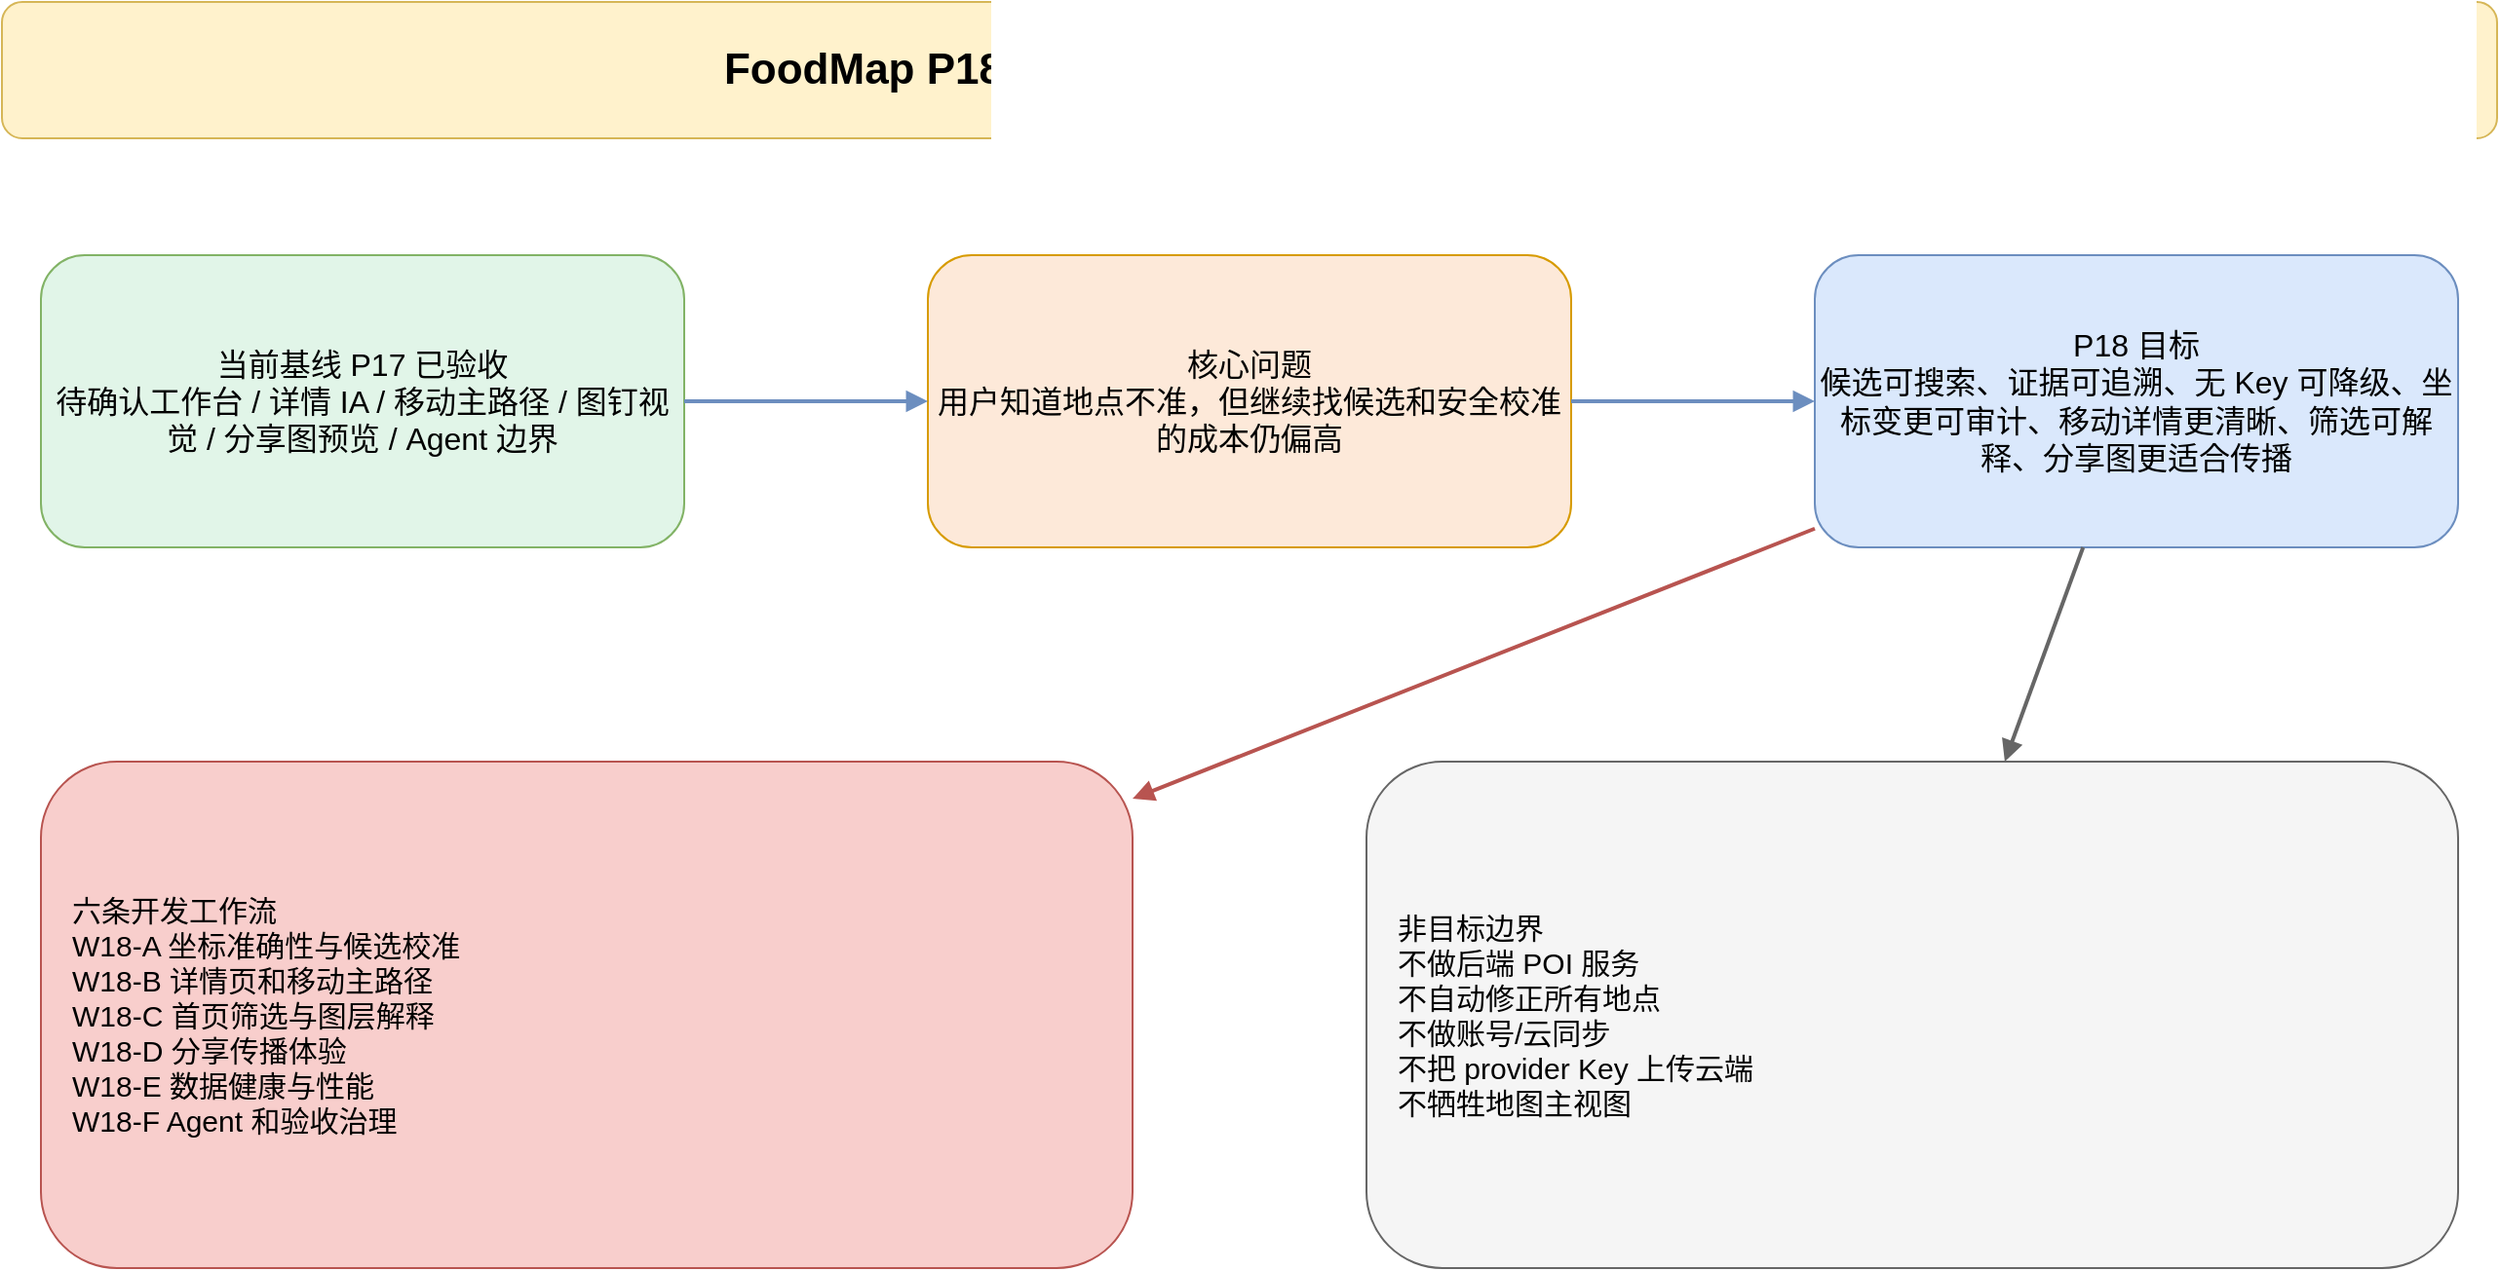
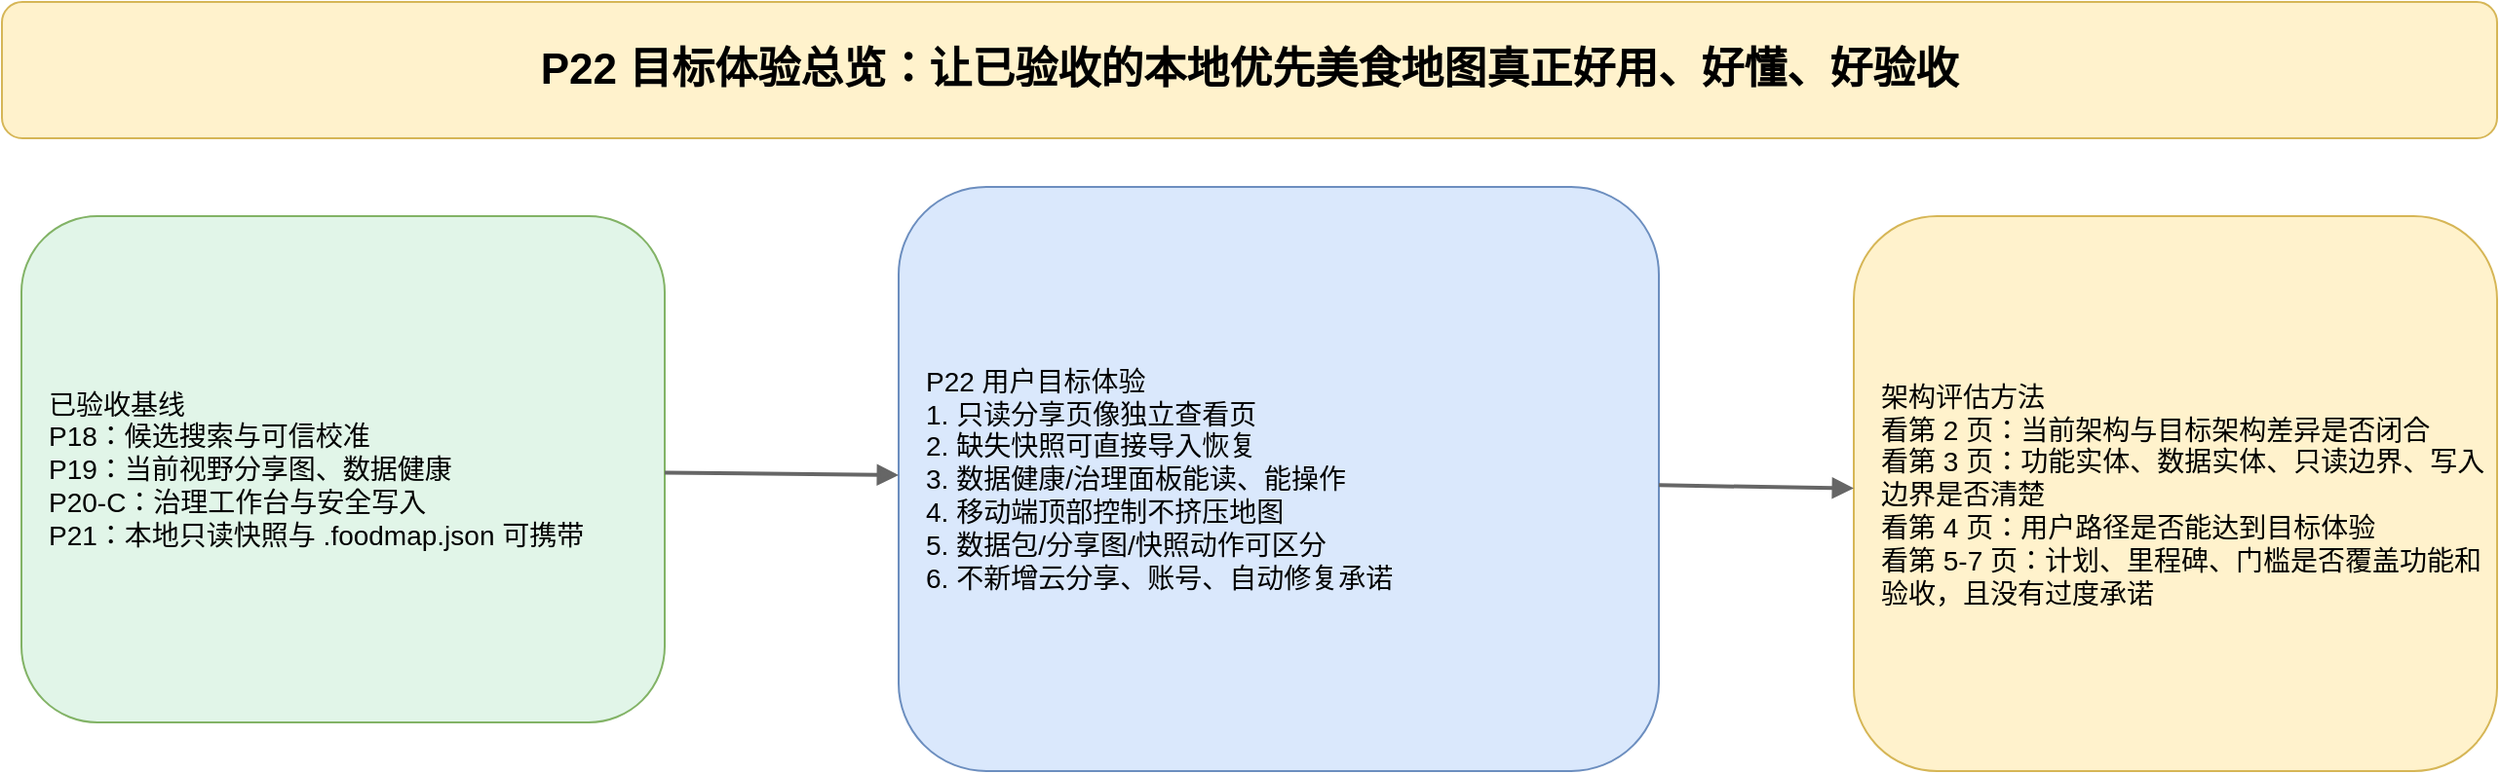
- <mxfile host="app.diagrams.net" modified="2026-06-17T00:00:00.000Z" agent="Codex" version="24.7.17" type="device">
-   <diagram id="p18-overview" name="01 P18 项目总览">
-     <mxGraphModel dx="1422" dy="794" grid="1" gridSize="10" guides="1" tooltips="1" connect="1" arrows="1" fold="1" page="1" pageScale="1" pageWidth="1400" pageHeight="900" math="0" shadow="0">
+ <mxfile host="app.diagrams.net" modified="2026-06-24T00:00:00.000Z" agent="Codex" version="24.7.17" type="device">
+   <diagram id="p22-01-overview" name="01 目标体验与评估方法">
+     <mxGraphModel dx="1400" dy="820" grid="1" gridSize="10" guides="1" tooltips="1" connect="1" arrows="1" fold="1" page="1" pageScale="1" pageWidth="1400" pageHeight="820" math="0" shadow="0">
      <root>
        <mxCell id="0" />
        <mxCell id="1" parent="0" />
-         <mxCell id="title1" value="FoodMap P18：候选搜索、可信校准与体验工作流编排" style="rounded=1;whiteSpace=wrap;html=1;fillColor=#fff2cc;strokeColor=#d6b656;fontSize=22;fontStyle=1;" vertex="1" parent="1"><mxGeometry x="60" y="40" width="1280" height="70" as="geometry" /></mxCell>
-         <mxCell id="baseline1" value="当前基线 P17 已验收&#xa;待确认工作台 / 详情 IA / 移动主路径 / 图钉视觉 / 分享图预览 / Agent 边界" style="rounded=1;whiteSpace=wrap;html=1;fillColor=#e1f5e8;strokeColor=#82b366;fontSize=16;" vertex="1" parent="1"><mxGeometry x="80" y="170" width="330" height="150" as="geometry" /></mxCell>
-         <mxCell id="problem1" value="核心问题&#xa;用户知道地点不准，但继续找候选和安全校准的成本仍偏高" style="rounded=1;whiteSpace=wrap;html=1;fillColor=#fde9d9;strokeColor=#d79b00;fontSize=16;" vertex="1" parent="1"><mxGeometry x="535" y="170" width="330" height="150" as="geometry" /></mxCell>
-         <mxCell id="target1" value="P18 目标&#xa;候选可搜索、证据可追溯、无 Key 可降级、坐标变更可审计、移动详情更清晰、筛选可解释、分享图更适合传播" style="rounded=1;whiteSpace=wrap;html=1;fillColor=#dae8fc;strokeColor=#6c8ebf;fontSize=16;" vertex="1" parent="1"><mxGeometry x="990" y="170" width="330" height="150" as="geometry" /></mxCell>
-         <mxCell id="scope1" value="六条开发工作流&#xa;W18-A 坐标准确性与候选校准&#xa;W18-B 详情页和移动主路径&#xa;W18-C 首页筛选与图层解释&#xa;W18-D 分享传播体验&#xa;W18-E 数据健康与性能&#xa;W18-F Agent 和验收治理" style="rounded=1;whiteSpace=wrap;html=1;fillColor=#f8cecc;strokeColor=#b85450;fontSize=15;align=left;spacingLeft=14;" vertex="1" parent="1"><mxGeometry x="80" y="430" width="560" height="260" as="geometry" /></mxCell>
-         <mxCell id="nongoal1" value="非目标边界&#xa;不做后端 POI 服务&#xa;不自动修正所有地点&#xa;不做账号/云同步&#xa;不把 provider Key 上传云端&#xa;不牺牲地图主视图" style="rounded=1;whiteSpace=wrap;html=1;fillColor=#f5f5f5;strokeColor=#666666;fontSize=15;align=left;spacingLeft=14;" vertex="1" parent="1"><mxGeometry x="760" y="430" width="560" height="260" as="geometry" /></mxCell>
-         <mxCell id="edge1a" style="endArrow=block;html=1;rounded=0;strokeWidth=2;strokeColor=#6c8ebf;" edge="1" parent="1" source="baseline1" target="problem1"><mxGeometry relative="1" as="geometry" /></mxCell>
-         <mxCell id="edge1b" style="endArrow=block;html=1;rounded=0;strokeWidth=2;strokeColor=#6c8ebf;" edge="1" parent="1" source="problem1" target="target1"><mxGeometry relative="1" as="geometry" /></mxCell>
-         <mxCell id="edge1c" style="endArrow=block;html=1;rounded=0;strokeWidth=2;strokeColor=#b85450;" edge="1" parent="1" source="target1" target="scope1"><mxGeometry relative="1" as="geometry"><mxPoint x="350" y="400" as="targetPoint" /></mxGeometry></mxCell>
-         <mxCell id="edge1d" style="endArrow=block;html=1;rounded=0;strokeWidth=2;strokeColor=#666666;" edge="1" parent="1" source="target1" target="nongoal1"><mxGeometry relative="1" as="geometry"><mxPoint x="1040" y="400" as="targetPoint" /></mxGeometry></mxCell>
+         <mxCell id="p1_title" value="P22 目标体验总览：让已验收的本地优先美食地图真正好用、好懂、好验收" style="rounded=1;whiteSpace=wrap;html=1;fillColor=#fff2cc;strokeColor=#d6b656;fontSize=22;fontStyle=1;align=center;verticalAlign=middle" vertex="1" parent="1"><mxGeometry x="60" y="35" width="1280" height="70" as="geometry" /></mxCell>
+         <mxCell id="p1_base" value="已验收基线&#xa;P18：候选搜索与可信校准&#xa;P19：当前视野分享图、数据健康&#xa;P20-C：治理工作台与安全写入&#xa;P21：本地只读快照与 .foodmap.json 可携带" style="rounded=1;whiteSpace=wrap;html=1;fontSize=14;align=left;spacingLeft=12;verticalAlign=middle;strokeColor=#82b366;fillColor=#e1f5e8" vertex="1" parent="1"><mxGeometry x="70" y="145" width="330" height="260" as="geometry" /></mxCell>
+         <mxCell id="p1_target" value="P22 用户目标体验&#xa;1. 只读分享页像独立查看页&#xa;2. 缺失快照可直接导入恢复&#xa;3. 数据健康/治理面板能读、能操作&#xa;4. 移动端顶部控制不挤压地图&#xa;5. 数据包/分享图/快照动作可区分&#xa;6. 不新增云分享、账号、自动修复承诺" style="rounded=1;whiteSpace=wrap;html=1;fontSize=14;align=left;spacingLeft=12;verticalAlign=middle;strokeColor=#6c8ebf;fillColor=#dae8fc" vertex="1" parent="1"><mxGeometry x="520" y="130" width="390" height="300" as="geometry" /></mxCell>
+         <mxCell id="p1_accept" value="架构评估方法&#xa;看第 2 页：当前架构与目标架构差异是否闭合&#xa;看第 3 页：功能实体、数据实体、只读边界、写入边界是否清楚&#xa;看第 4 页：用户路径是否能达到目标体验&#xa;看第 5-7 页：计划、里程碑、门槛是否覆盖功能和验收，且没有过度承诺" style="rounded=1;whiteSpace=wrap;html=1;fontSize=14;align=left;spacingLeft=12;verticalAlign=middle;strokeColor=#d6b656;fillColor=#fff2cc" vertex="1" parent="1"><mxGeometry x="1010" y="145" width="330" height="285" as="geometry" /></mxCell>
+         <mxCell id="p1_flow" value="" style="endArrow=block;html=1;strokeWidth=2;strokeColor=#666666" edge="1" parent="1" source="p1_base" target="p1_target"><mxGeometry relative="1" as="geometry" /></mxCell>
+         <mxCell id="p1_flow2" value="" style="endArrow=block;html=1;strokeWidth=2;strokeColor=#666666" edge="1" parent="1" source="p1_target" target="p1_accept"><mxGeometry relative="1" as="geometry" /></mxCell>
      </root>
    </mxGraphModel>
  </diagram>
-   <diagram id="p18-architecture-gap" name="02 当前架构与目标架构差异">
-     <mxGraphModel dx="1422" dy="794" grid="1" gridSize="10" guides="1" tooltips="1" connect="1" arrows="1" fold="1" page="1" pageScale="1" pageWidth="1400" pageHeight="900" math="0" shadow="0">
+   <diagram id="p22-02-architecture-gap" name="02 当前架构与目标架构差异">
+     <mxGraphModel dx="1400" dy="820" grid="1" gridSize="10" guides="1" tooltips="1" connect="1" arrows="1" fold="1" page="1" pageScale="1" pageWidth="1400" pageHeight="820" math="0" shadow="0">
      <root>
-         <mxCell id="0" />
-         <mxCell id="1" parent="0" />
-         <mxCell id="title2" value="P18 架构差异：从可纠错到更容易可信校准" style="rounded=1;whiteSpace=wrap;html=1;fillColor=#fff2cc;strokeColor=#d6b656;fontSize=22;fontStyle=1;" vertex="1" parent="1"><mxGeometry x="60" y="40" width="1280" height="70" as="geometry" /></mxCell>
-         <mxCell id="current2" value="当前架构 P17&#xa;Workspace UI&#xa;PendingPlaceWorkbench&#xa;PlaceDetailDrawer&#xa;PinMoveController&#xa;FilterCommandBar&#xa;SharePosterPreview&#xa;AgentPendingPlaceContext" style="rounded=1;whiteSpace=wrap;html=1;fillColor=#e1f5e8;strokeColor=#82b366;fontSize=15;align=left;spacingLeft=14;" vertex="1" parent="1"><mxGeometry x="80" y="170" width="300" height="270" as="geometry" /></mxCell>
-         <mxCell id="gap2" value="主要差异&#xa;候选入口分散&#xa;候选证据不够完整&#xa;无 Key fallback 偏弱&#xa;挪动前缺少新旧坐标预览&#xa;移动详情仍有信息密度压力&#xa;筛选摘要和分享图模式不足&#xa;大数据性能未扩展到 3000 点" style="rounded=1;whiteSpace=wrap;html=1;fillColor=#fde9d9;strokeColor=#d79b00;fontSize=15;align=left;spacingLeft=14;" vertex="1" parent="1"><mxGeometry x="540" y="150" width="320" height="320" as="geometry" /></mxCell>
-         <mxCell id="target2" value="目标架构 P18&#xa;CandidateSearchWorkbench&#xa;CandidateEvidenceModel&#xa;AmapWebSearchProvider&#xa;ExternalMapSearchFallback&#xa;PinMoveAuditPreview&#xa;MobileDetailProgressiveDisclosure&#xa;FilterStateExplainer&#xa;SharePosterComposer&#xa;PersonalDataHealthReport&#xa;LargeDatasetPerformanceHarness" style="rounded=1;whiteSpace=wrap;html=1;fillColor=#dae8fc;strokeColor=#6c8ebf;fontSize=15;align=left;spacingLeft=14;" vertex="1" parent="1"><mxGeometry x="1020" y="130" width="320" height="360" as="geometry" /></mxCell>
-         <mxCell id="domain2" value="Domain / Persistence&#xa;FoodPlace&#xa;PlaceCandidate&#xa;mapAccuracy&#xa;pin move audit fallback&#xa;filter state&#xa;share snapshot" style="rounded=1;whiteSpace=wrap;html=1;fillColor=#f5f5f5;strokeColor=#666666;fontSize=14;" vertex="1" parent="1"><mxGeometry x="170" y="580" width="260" height="170" as="geometry" /></mxCell>
-         <mxCell id="provider2" value="Provider / Fallback&#xa;history&#xa;scanlist&#xa;dingtuyi-reference&#xa;text&#xa;agent&#xa;amap-web-service&#xa;external-map-link&#xa;manual" style="rounded=1;whiteSpace=wrap;html=1;fillColor=#e1d5e7;strokeColor=#9673a6;fontSize=14;" vertex="1" parent="1"><mxGeometry x="570" y="560" width="260" height="210" as="geometry" /></mxCell>
-         <mxCell id="accept2" value="Acceptance&#xa;Vitest&#xa;Playwright&#xa;真实数据 32+50+120&#xa;500/1000/3000 点 smoke&#xa;截图和 JSON 证据" style="rounded=1;whiteSpace=wrap;html=1;fillColor=#d5e8d4;strokeColor=#82b366;fontSize=14;" vertex="1" parent="1"><mxGeometry x="970" y="580" width="260" height="170" as="geometry" /></mxCell>
-         <mxCell id="edge2a" style="endArrow=block;html=1;strokeWidth=2;strokeColor=#6c8ebf;" edge="1" parent="1" source="current2" target="gap2"><mxGeometry relative="1" as="geometry" /></mxCell>
-         <mxCell id="edge2b" style="endArrow=block;html=1;strokeWidth=2;strokeColor=#6c8ebf;" edge="1" parent="1" source="gap2" target="target2"><mxGeometry relative="1" as="geometry" /></mxCell>
-         <mxCell id="edge2c" style="endArrow=block;html=1;strokeWidth=2;strokeColor=#666666;" edge="1" parent="1" source="target2" target="domain2"><mxGeometry relative="1" as="geometry" /></mxCell>
-         <mxCell id="edge2d" style="endArrow=block;html=1;strokeWidth=2;strokeColor=#9673a6;" edge="1" parent="1" source="target2" target="provider2"><mxGeometry relative="1" as="geometry" /></mxCell>
-         <mxCell id="edge2e" style="endArrow=block;html=1;strokeWidth=2;strokeColor=#82b366;" edge="1" parent="1" source="target2" target="accept2"><mxGeometry relative="1" as="geometry" /></mxCell>
+         <mxCell id="0" /><mxCell id="1" parent="0" />
+         <mxCell id="p2_title" value="P22 当前架构与目标架构差异：不扩能力，只收口交互壳层与可读性" style="rounded=1;whiteSpace=wrap;html=1;fillColor=#fff2cc;strokeColor=#d6b656;fontSize=22;fontStyle=1;align=center;verticalAlign=middle" vertex="1" parent="1"><mxGeometry x="60" y="35" width="1280" height="70" as="geometry" /></mxCell>
+         <mxCell id="p2_current_ui" value="当前体验层&#xa;MapWorkspace&#xa;ShareView&#xa;WorkspaceHeader&#xa;ImportExportDialog&#xa;ShareSnapshotDialog&#xa;HomeMapControlDock" style="rounded=1;whiteSpace=wrap;html=1;fontSize=14;align=left;spacingLeft=12;verticalAlign=middle;strokeColor=#82b366;fillColor=#e1f5e8" vertex="1" parent="1"><mxGeometry x="70" y="145" width="280" height="220" as="geometry" /></mxCell>
+         <mxCell id="p2_current_problem" value="当前问题&#xa;分享页独立感不足&#xa;缺失快照恢复路径弱&#xa;健康/治理面板可能过窄&#xa;移动顶部 dock 过占空间&#xa;导入/导出/分享语义混杂" style="rounded=1;whiteSpace=wrap;html=1;fontSize=14;align=left;spacingLeft=12;verticalAlign=middle;strokeColor=#b85450;fillColor=#f8cecc" vertex="1" parent="1"><mxGeometry x="430" y="145" width="300" height="220" as="geometry" /></mxCell>
+         <mxCell id="p2_target_ui" value="P22 目标体验层&#xa;ReadOnlyShareShell&#xa;MissingSnapshotRecovery&#xa;WorkspacePanelReadability&#xa;MobileControlCompactness&#xa;ActionIntentLanguage&#xa;P22RegressionHarness" style="rounded=1;whiteSpace=wrap;html=1;fontSize=14;align=left;spacingLeft=12;verticalAlign=middle;strokeColor=#6c8ebf;fillColor=#dae8fc" vertex="1" parent="1"><mxGeometry x="820" y="145" width="330" height="240" as="geometry" /></mxCell>
+         <mxCell id="p2_boundaries" value="不变边界&#xa;IndexedDB 本地事实源&#xa;P18 坐标确认规则&#xa;P20-C 治理写入确认&#xa;P21 导入包校验与只读快照&#xa;Agent 只读/建议边界&#xa;无后端、无账号、无云分享" style="rounded=1;whiteSpace=wrap;html=1;fontSize=14;align=left;spacingLeft=12;verticalAlign=middle;strokeColor=#d6b656;fillColor=#fff2cc" vertex="1" parent="1"><mxGeometry x="360" y="485" width="680" height="180" as="geometry" /></mxCell>
+         <mxCell id="p2_e1" value="发现差异" style="endArrow=block;html=1;strokeWidth=2;strokeColor=#666666" edge="1" parent="1" source="p2_current_ui" target="p2_current_problem"><mxGeometry relative="1" as="geometry" /></mxCell>
+         <mxCell id="p2_e2" value="收口到目标壳层" style="endArrow=block;html=1;strokeWidth=2;strokeColor=#666666" edge="1" parent="1" source="p2_current_problem" target="p2_target_ui"><mxGeometry relative="1" as="geometry" /></mxCell>
+         <mxCell id="p2_e3" value="受边界约束" style="endArrow=block;html=1;strokeWidth=2;strokeColor=#666666" edge="1" parent="1" source="p2_boundaries" target="p2_target_ui"><mxGeometry relative="1" as="geometry" /></mxCell>
      </root>
    </mxGraphModel>
  </diagram>
-   <diagram id="p18-plan" name="03 开发及验收计划">
-     <mxGraphModel dx="1422" dy="794" grid="1" gridSize="10" guides="1" tooltips="1" connect="1" arrows="1" fold="1" page="1" pageScale="1" pageWidth="1400" pageHeight="900" math="0" shadow="0">
+   <diagram id="p22-03-entities" name="03 功能实体与关联关系">
+     <mxGraphModel dx="1400" dy="820" grid="1" gridSize="10" guides="1" tooltips="1" connect="1" arrows="1" fold="1" page="1" pageScale="1" pageWidth="1400" pageHeight="820" math="0" shadow="0">
      <root>
-         <mxCell id="0" />
-         <mxCell id="1" parent="0" />
-         <mxCell id="title3" value="P18 开发及验收计划：阶段推进 + 六条工作流验收" style="rounded=1;whiteSpace=wrap;html=1;fillColor=#fff2cc;strokeColor=#d6b656;fontSize=22;fontStyle=1;" vertex="1" parent="1"><mxGeometry x="60" y="40" width="1280" height="70" as="geometry" /></mxCell>
-         <mxCell id="p18_1" value="P18-1 文档冻结&#xa;PRD / 架构 / 计划 / 门槛 / drawio / contract" style="rounded=1;whiteSpace=wrap;html=1;fillColor=#f5f5f5;strokeColor=#666666;fontSize=14;" vertex="1" parent="1"><mxGeometry x="60" y="160" width="250" height="90" as="geometry" /></mxCell>
-         <mxCell id="p18_2" value="P18-2 候选搜索入口&#xa;搜索更多 / 复制 / 外部地图 / 手动挪动" style="rounded=1;whiteSpace=wrap;html=1;fillColor=#dae8fc;strokeColor=#6c8ebf;fontSize=14;" vertex="1" parent="1"><mxGeometry x="370" y="160" width="250" height="90" as="geometry" /></mxCell>
-         <mxCell id="p18_3" value="P18-3 候选证据模型&#xa;来源 / 置信度 / 坐标精度 / 证据 / 风险" style="rounded=1;whiteSpace=wrap;html=1;fillColor=#dae8fc;strokeColor=#6c8ebf;fontSize=14;" vertex="1" parent="1"><mxGeometry x="680" y="160" width="250" height="90" as="geometry" /></mxCell>
-         <mxCell id="p18_4" value="P18-4 手动挪动审计预览&#xa;新旧坐标 / 确认取消 / 刷新可见" style="rounded=1;whiteSpace=wrap;html=1;fillColor=#dae8fc;strokeColor=#6c8ebf;fontSize=14;" vertex="1" parent="1"><mxGeometry x="990" y="160" width="250" height="90" as="geometry" /></mxCell>
-         <mxCell id="p18_5" value="P18-5 移动详情和筛选摘要&#xa;首屏精简 / 筛选原因 / 一键清空" style="rounded=1;whiteSpace=wrap;html=1;fillColor=#dae8fc;strokeColor=#6c8ebf;fontSize=14;" vertex="1" parent="1"><mxGeometry x="60" y="350" width="250" height="90" as="geometry" /></mxCell>
-         <mxCell id="p18_6" value="P18-6 分享图 composer&#xa;标题编辑 / 当前视野 / 当前筛选" style="rounded=1;whiteSpace=wrap;html=1;fillColor=#dae8fc;strokeColor=#6c8ebf;fontSize=14;" vertex="1" parent="1"><mxGeometry x="370" y="350" width="250" height="90" as="geometry" /></mxCell>
-         <mxCell id="p18_7" value="P18-7 数据体检和性能&#xa;可信度摘要 / 500 / 1000 / 3000 点 smoke" style="rounded=1;whiteSpace=wrap;html=1;fillColor=#dae8fc;strokeColor=#6c8ebf;fontSize=14;" vertex="1" parent="1"><mxGeometry x="680" y="350" width="250" height="90" as="geometry" /></mxCell>
-         <mxCell id="p18_8" value="P18-8 总验收&#xa;Agent 边界 / PRD 复检 / 命令回归 / final report" style="rounded=1;whiteSpace=wrap;html=1;fillColor=#d5e8d4;strokeColor=#82b366;fontSize=14;" vertex="1" parent="1"><mxGeometry x="990" y="350" width="250" height="90" as="geometry" /></mxCell>
-         <mxCell id="evidence3" value="每个子阶段出门证据&#xa;1. 子阶段计划与审计意见&#xa;2. E2E / 单测 / 截图 / JSON&#xa;3. PRD 规格检视&#xa;4. 标注覆盖 W18-A 到 W18-F 的哪些工作流&#xa;5. 若验收失败，回到对应工作流计划阶段重做" style="rounded=1;whiteSpace=wrap;html=1;fillColor=#e1f5e8;strokeColor=#82b366;fontSize=15;align=left;spacingLeft=14;" vertex="1" parent="1"><mxGeometry x="260" y="600" width="880" height="170" as="geometry" /></mxCell>
-         <mxCell id="edge3a" style="endArrow=block;html=1;strokeWidth=2;" edge="1" parent="1" source="p18_1" target="p18_2"><mxGeometry relative="1" as="geometry" /></mxCell>
-         <mxCell id="edge3b" style="endArrow=block;html=1;strokeWidth=2;" edge="1" parent="1" source="p18_2" target="p18_3"><mxGeometry relative="1" as="geometry" /></mxCell>
-         <mxCell id="edge3c" style="endArrow=block;html=1;strokeWidth=2;" edge="1" parent="1" source="p18_3" target="p18_4"><mxGeometry relative="1" as="geometry" /></mxCell>
-         <mxCell id="edge3d" style="endArrow=block;html=1;strokeWidth=2;" edge="1" parent="1" source="p18_4" target="p18_5"><mxGeometry relative="1" as="geometry" /></mxCell>
-         <mxCell id="edge3e" style="endArrow=block;html=1;strokeWidth=2;" edge="1" parent="1" source="p18_5" target="p18_6"><mxGeometry relative="1" as="geometry" /></mxCell>
-         <mxCell id="edge3f" style="endArrow=block;html=1;strokeWidth=2;" edge="1" parent="1" source="p18_6" target="p18_7"><mxGeometry relative="1" as="geometry" /></mxCell>
-         <mxCell id="edge3g" style="endArrow=block;html=1;strokeWidth=2;" edge="1" parent="1" source="p18_7" target="p18_8"><mxGeometry relative="1" as="geometry" /></mxCell>
-         <mxCell id="edge3h" style="endArrow=block;html=1;strokeWidth=2;strokeColor=#82b366;" edge="1" parent="1" source="p18_8" target="evidence3"><mxGeometry relative="1" as="geometry" /></mxCell>
+         <mxCell id="0" /><mxCell id="1" parent="0" />
+         <mxCell id="p3_title" value="P22 功能实体与架构关联：体验壳层连接既有本地事实源，不新增事实模型" style="rounded=1;whiteSpace=wrap;html=1;fillColor=#fff2cc;strokeColor=#d6b656;fontSize=22;fontStyle=1;align=center;verticalAlign=middle" vertex="1" parent="1"><mxGeometry x="60" y="35" width="1280" height="70" as="geometry" /></mxCell>
+         <mxCell id="p3_workspace" value="MapWorkspace&#xa;个人地图工作台&#xa;筛选/图层/详情/健康/治理/海报/快照入口" style="rounded=1;whiteSpace=wrap;html=1;fontSize=14;align=left;spacingLeft=12;verticalAlign=middle;strokeColor=#82b366;fillColor=#e1f5e8" vertex="1" parent="1"><mxGeometry x="80" y="150" width="300" height="150" as="geometry" /></mxCell>
+         <mxCell id="p3_share" value="ReadOnlyShareShell&#xa;#/share/:snapshotId&#xa;只读提示、图层面板、地图、详情面板、移动分享导航" style="rounded=1;whiteSpace=wrap;html=1;fontSize=14;align=left;spacingLeft=12;verticalAlign=middle;strokeColor=#6c8ebf;fillColor=#dae8fc" vertex="1" parent="1"><mxGeometry x="520" y="145" width="360" height="170" as="geometry" /></mxCell>
+         <mxCell id="p3_recovery" value="MissingSnapshotRecovery&#xa;导入 .foodmap.json&#xa;validateSnapshotPackageText&#xa;importSnapshotText&#xa;navigateToShare" style="rounded=1;whiteSpace=wrap;html=1;fontSize=14;align=left;spacingLeft=12;verticalAlign=middle;strokeColor=#6c8ebf;fillColor=#dae8fc" vertex="1" parent="1"><mxGeometry x="1010" y="145" width="300" height="170" as="geometry" /></mxCell>
+         <mxCell id="p3_data" value="IndexedDB 本地事实源&#xa;places / layers / photos / snapshots / governanceJournal&#xa;导入前校验，写入后只读查看" style="rounded=1;whiteSpace=wrap;html=1;fontSize=14;align=left;spacingLeft=12;verticalAlign=middle;strokeColor=#d6b656;fillColor=#fff2cc" vertex="1" parent="1"><mxGeometry x="390" y="430" width="420" height="155" as="geometry" /></mxCell>
+         <mxCell id="p3_panels" value="WorkspacePanelReadability&#xa;is-wide-panel / is-medium-panel&#xa;数据健康、治理、待确认不再窄条化" style="rounded=1;whiteSpace=wrap;html=1;fontSize=14;align=left;spacingLeft=12;verticalAlign=middle;strokeColor=#6c8ebf;fillColor=#dae8fc" vertex="1" parent="1"><mxGeometry x="80" y="430" width="260" height="155" as="geometry" /></mxCell>
+         <mxCell id="p3_mobile" value="MobileControlCompactness&#xa;紧凑顶部 dock&#xa;底部主操作保留&#xa;移动分享页底部只读导航" style="rounded=1;whiteSpace=wrap;html=1;fontSize=14;align=left;spacingLeft=12;verticalAlign=middle;strokeColor=#6c8ebf;fillColor=#dae8fc" vertex="1" parent="1"><mxGeometry x="870" y="430" width="270" height="155" as="geometry" /></mxCell>
+         <mxCell id="p3_e1" value="生成/打开快照" style="endArrow=block;html=1;strokeWidth=2;strokeColor=#666666" edge="1" parent="1" source="p3_workspace" target="p3_share"><mxGeometry relative="1" as="geometry" /></mxCell>
+         <mxCell id="p3_e2" value="缺失时恢复" style="endArrow=block;html=1;strokeWidth=2;strokeColor=#666666" edge="1" parent="1" source="p3_recovery" target="p3_share"><mxGeometry relative="1" as="geometry" /></mxCell>
+         <mxCell id="p3_e3" value="读/写校验后快照" style="endArrow=block;html=1;strokeWidth=2;strokeColor=#666666" edge="1" parent="1" source="p3_share" target="p3_data"><mxGeometry relative="1" as="geometry" /></mxCell>
+         <mxCell id="p3_e4" value="同一事实源" style="endArrow=block;html=1;strokeWidth=2;strokeColor=#666666" edge="1" parent="1" source="p3_workspace" target="p3_data"><mxGeometry relative="1" as="geometry" /></mxCell>
+         <mxCell id="p3_e5" value="桌面可读" style="endArrow=block;html=1;strokeWidth=2;strokeColor=#666666" edge="1" parent="1" source="p3_panels" target="p3_workspace"><mxGeometry relative="1" as="geometry" /></mxCell>
+         <mxCell id="p3_e6" value="移动可达" style="endArrow=block;html=1;strokeWidth=2;strokeColor=#666666" edge="1" parent="1" source="p3_mobile" target="p3_share"><mxGeometry relative="1" as="geometry" /></mxCell>
      </root>
    </mxGraphModel>
  </diagram>
-   <diagram id="p18-milestones" name="04 项目里程碑">
-     <mxGraphModel dx="1422" dy="794" grid="1" gridSize="10" guides="1" tooltips="1" connect="1" arrows="1" fold="1" page="1" pageScale="1" pageWidth="1400" pageHeight="900" math="0" shadow="0">
+   <diagram id="p22-04-flows" name="04 目标体验与关键路径">
+     <mxGraphModel dx="1400" dy="820" grid="1" gridSize="10" guides="1" tooltips="1" connect="1" arrows="1" fold="1" page="1" pageScale="1" pageWidth="1400" pageHeight="820" math="0" shadow="0">
      <root>
-         <mxCell id="0" />
-         <mxCell id="1" parent="0" />
-         <mxCell id="title4" value="P18 项目里程碑：从候选搜索到可信校准出门" style="rounded=1;whiteSpace=wrap;html=1;fillColor=#fff2cc;strokeColor=#d6b656;fontSize=22;fontStyle=1;" vertex="1" parent="1"><mxGeometry x="60" y="40" width="1280" height="70" as="geometry" /></mxCell>
-         <mxCell id="m1" value="M18-1 文档冻结" style="ellipse;whiteSpace=wrap;html=1;fillColor=#f5f5f5;strokeColor=#666666;fontSize=14;" vertex="1" parent="1"><mxGeometry x="90" y="200" width="130" height="70" as="geometry" /></mxCell>
-         <mxCell id="m2" value="M18-2 搜索入口" style="ellipse;whiteSpace=wrap;html=1;fillColor=#dae8fc;strokeColor=#6c8ebf;fontSize=14;" vertex="1" parent="1"><mxGeometry x="250" y="200" width="130" height="70" as="geometry" /></mxCell>
-         <mxCell id="m3" value="M18-3 候选证据" style="ellipse;whiteSpace=wrap;html=1;fillColor=#dae8fc;strokeColor=#6c8ebf;fontSize=14;" vertex="1" parent="1"><mxGeometry x="410" y="200" width="130" height="70" as="geometry" /></mxCell>
-         <mxCell id="m4" value="M18-4 挪动预览" style="ellipse;whiteSpace=wrap;html=1;fillColor=#dae8fc;strokeColor=#6c8ebf;fontSize=14;" vertex="1" parent="1"><mxGeometry x="570" y="200" width="130" height="70" as="geometry" /></mxCell>
-         <mxCell id="m5" value="M18-5 移动和筛选" style="ellipse;whiteSpace=wrap;html=1;fillColor=#dae8fc;strokeColor=#6c8ebf;fontSize=14;" vertex="1" parent="1"><mxGeometry x="730" y="200" width="130" height="70" as="geometry" /></mxCell>
-         <mxCell id="m6" value="M18-6 分享图" style="ellipse;whiteSpace=wrap;html=1;fillColor=#dae8fc;strokeColor=#6c8ebf;fontSize=14;" vertex="1" parent="1"><mxGeometry x="890" y="200" width="130" height="70" as="geometry" /></mxCell>
-         <mxCell id="m7" value="M18-7 数据和性能" style="ellipse;whiteSpace=wrap;html=1;fillColor=#dae8fc;strokeColor=#6c8ebf;fontSize=14;" vertex="1" parent="1"><mxGeometry x="1050" y="200" width="130" height="70" as="geometry" /></mxCell>
-         <mxCell id="m8" value="M18-8 总验收" style="ellipse;whiteSpace=wrap;html=1;fillColor=#d5e8d4;strokeColor=#82b366;fontSize=14;" vertex="1" parent="1"><mxGeometry x="1210" y="200" width="130" height="70" as="geometry" /></mxCell>
-         <mxCell id="definition4" value="完成定义&#xa;每个里程碑必须有：开发任务、验收标准、审计焦点、E2E 或截图证据、PRD 规格检视。&#xa;同时标注覆盖 W18-A 到 W18-F 哪些工作流；失败则回到对应工作流计划阶段，不允许口头通过。" style="rounded=1;whiteSpace=wrap;html=1;fillColor=#e1f5e8;strokeColor=#82b366;fontSize=16;align=left;spacingLeft=14;" vertex="1" parent="1"><mxGeometry x="160" y="430" width="1080" height="180" as="geometry" /></mxCell>
-         <mxCell id="exit4" value="P18 出门：六条工作流全部通过。候选搜索可用、候选证据可追溯、无 Key 可降级、手动挪动可审计、移动详情可用、筛选解释一致、分享图模式一致、3000 点 smoke 通过、Agent 不能绕过确认。" style="rounded=1;whiteSpace=wrap;html=1;fillColor=#f8cecc;strokeColor=#b85450;fontSize=16;" vertex="1" parent="1"><mxGeometry x="160" y="680" width="1080" height="100" as="geometry" /></mxCell>
-         <mxCell id="m_e1" style="endArrow=block;html=1;strokeWidth=2;" edge="1" parent="1" source="m1" target="m2"><mxGeometry relative="1" as="geometry" /></mxCell>
-         <mxCell id="m_e2" style="endArrow=block;html=1;strokeWidth=2;" edge="1" parent="1" source="m2" target="m3"><mxGeometry relative="1" as="geometry" /></mxCell>
-         <mxCell id="m_e3" style="endArrow=block;html=1;strokeWidth=2;" edge="1" parent="1" source="m3" target="m4"><mxGeometry relative="1" as="geometry" /></mxCell>
-         <mxCell id="m_e4" style="endArrow=block;html=1;strokeWidth=2;" edge="1" parent="1" source="m4" target="m5"><mxGeometry relative="1" as="geometry" /></mxCell>
-         <mxCell id="m_e5" style="endArrow=block;html=1;strokeWidth=2;" edge="1" parent="1" source="m5" target="m6"><mxGeometry relative="1" as="geometry" /></mxCell>
-         <mxCell id="m_e6" style="endArrow=block;html=1;strokeWidth=2;" edge="1" parent="1" source="m6" target="m7"><mxGeometry relative="1" as="geometry" /></mxCell>
-         <mxCell id="m_e7" style="endArrow=block;html=1;strokeWidth=2;" edge="1" parent="1" source="m7" target="m8"><mxGeometry relative="1" as="geometry" /></mxCell>
-         <mxCell id="m_e8" style="endArrow=block;html=1;strokeWidth=2;strokeColor=#82b366;" edge="1" parent="1" source="m8" target="definition4"><mxGeometry relative="1" as="geometry" /></mxCell>
-         <mxCell id="m_e9" style="endArrow=block;html=1;strokeWidth=2;strokeColor=#b85450;" edge="1" parent="1" source="definition4" target="exit4"><mxGeometry relative="1" as="geometry" /></mxCell>
+         <mxCell id="0" /><mxCell id="1" parent="0" />
+         <mxCell id="p4_title" value="P22 开发完成后用户能体验到什么" style="rounded=1;whiteSpace=wrap;html=1;fillColor=#fff2cc;strokeColor=#d6b656;fontSize=22;fontStyle=1;align=center;verticalAlign=middle" vertex="1" parent="1"><mxGeometry x="60" y="35" width="1280" height="70" as="geometry" /></mxCell>
+         <mxCell id="p4_share" value="路径 A：只读分享查看&#xa;打开 #/share/:snapshotId&#xa;→ 看见本地只读提示&#xa;→ 左侧切图层 / 中间看地图 / 右侧看详情&#xa;→ 移动端用 图层/清单/详情 导航&#xa;目标效果：查看者不用理解编辑工作台，也不会误以为能修改原数据" style="rounded=1;whiteSpace=wrap;html=1;fontSize=14;align=left;spacingLeft=12;verticalAlign=middle;strokeColor=#6c8ebf;fillColor=#dae8fc" vertex="1" parent="1"><mxGeometry x="70" y="145" width="380" height="255" as="geometry" /></mxCell>
+         <mxCell id="p4_missing" value="路径 B：缺失快照恢复&#xa;打开不存在的分享链接&#xa;→ 页面说明需要本地 .foodmap.json&#xa;→ 直接导入文件&#xa;→ 校验成功后跳转分享页&#xa;→ 校验失败显示错误且不污染个人地图" style="rounded=1;whiteSpace=wrap;html=1;fontSize=14;align=left;spacingLeft=12;verticalAlign=middle;strokeColor=#6c8ebf;fillColor=#dae8fc" vertex="1" parent="1"><mxGeometry x="510" y="145" width="380" height="255" as="geometry" /></mxCell>
+         <mxCell id="p4_workspace" value="路径 C：个人工作台维护&#xa;打开数据健康或治理工作台&#xa;→ 宽面板显示分组、说明、按钮&#xa;→ 移动端顶部 dock 保持紧凑&#xa;→ 用户能继续围绕地图处理个人地点&#xa;目标效果：治理不是后台表格，而是地图维护辅助" style="rounded=1;whiteSpace=wrap;html=1;fontSize=14;align=left;spacingLeft=12;verticalAlign=middle;strokeColor=#6c8ebf;fillColor=#dae8fc" vertex="1" parent="1"><mxGeometry x="950" y="145" width="380" height="255" as="geometry" /></mxCell>
+         <mxCell id="p4_language" value="文案体验&#xa;数据包：导入/导出 .foodmap.json&#xa;分享图：生成 PNG 海报&#xa;快照：生成本地只读分享快照&#xa;目标效果：用户知道每个动作的产物和边界" style="rounded=1;whiteSpace=wrap;html=1;fontSize=14;align=left;spacingLeft=12;verticalAlign=middle;strokeColor=#d6b656;fillColor=#fff2cc" vertex="1" parent="1"><mxGeometry x="330" y="500" width="740" height="160" as="geometry" /></mxCell>
      </root>
    </mxGraphModel>
  </diagram>
-   <diagram id="p18-gates" name="05 验收门槛及出门条件">
-     <mxGraphModel dx="1422" dy="794" grid="1" gridSize="10" guides="1" tooltips="1" connect="1" arrows="1" fold="1" page="1" pageScale="1" pageWidth="1400" pageHeight="900" math="0" shadow="0">
+   <diagram id="p22-05-plan" name="05 开发及验收计划">
+     <mxGraphModel dx="1400" dy="820" grid="1" gridSize="10" guides="1" tooltips="1" connect="1" arrows="1" fold="1" page="1" pageScale="1" pageWidth="1400" pageHeight="820" math="0" shadow="0">
      <root>
-         <mxCell id="0" />
-         <mxCell id="1" parent="0" />
-         <mxCell id="title5" value="P18 验收门槛：六条工作流全部通过才允许出门" style="rounded=1;whiteSpace=wrap;html=1;fillColor=#fff2cc;strokeColor=#d6b656;fontSize=22;fontStyle=1;" vertex="1" parent="1"><mxGeometry x="60" y="40" width="1280" height="70" as="geometry" /></mxCell>
-         <mxCell id="gateA" value="候选与 provider 门槛&#xa;搜索入口可见&#xa;无 Key 有 fallback&#xa;候选显示来源/置信度/坐标精度/证据&#xa;确认前不改坐标" style="rounded=1;whiteSpace=wrap;html=1;fillColor=#dae8fc;strokeColor=#6c8ebf;fontSize=15;align=left;spacingLeft=14;" vertex="1" parent="1"><mxGeometry x="90" y="170" width="360" height="170" as="geometry" /></mxCell>
-         <mxCell id="gateB" value="校准与移动门槛&#xa;手动挪动保存前展示新旧坐标&#xa;支持确认/取消&#xa;刷新后保留审计兜底&#xa;待校准不提供误导导航" style="rounded=1;whiteSpace=wrap;html=1;fillColor=#e1f5e8;strokeColor=#82b366;fontSize=15;align=left;spacingLeft=14;" vertex="1" parent="1"><mxGeometry x="520" y="170" width="360" height="170" as="geometry" /></mxCell>
-         <mxCell id="gateC" value="体验与传播门槛&#xa;移动详情核心动作可见&#xa;筛选摘要解释点数变化&#xa;分享图标题和模式生效&#xa;当前视野/当前筛选结果一致" style="rounded=1;whiteSpace=wrap;html=1;fillColor=#fff2cc;strokeColor=#d6b656;fontSize=15;align=left;spacingLeft=14;" vertex="1" parent="1"><mxGeometry x="950" y="170" width="360" height="170" as="geometry" /></mxCell>
-         <mxCell id="gateD" value="数据和安全门槛&#xa;真实数据 32+50+120&#xa;500/1000/3000 点 smoke&#xa;Agent 不能固化坐标/删除/隐藏&#xa;build/test/e2e/verify 全通过" style="rounded=1;whiteSpace=wrap;html=1;fillColor=#f8cecc;strokeColor=#b85450;fontSize=15;align=left;spacingLeft=14;" vertex="1" parent="1"><mxGeometry x="310" y="470" width="360" height="190" as="geometry" /></mxCell>
-         <mxCell id="exit5" value="出门条件&#xa;W18-A 到 W18-F 全部通过；所有 blocker 为 0；P18 final acceptance report 创建；PRD、架构、计划、门槛、drawio 与实现一致；真实数据和模拟大数据证据齐全。" style="rounded=1;whiteSpace=wrap;html=1;fillColor=#d5e8d4;strokeColor=#82b366;fontSize=16;fontStyle=1;" vertex="1" parent="1"><mxGeometry x="760" y="490" width="520" height="150" as="geometry" /></mxCell>
-         <mxCell id="g_e1" style="endArrow=block;html=1;strokeWidth=2;" edge="1" parent="1" source="gateA" target="gateB"><mxGeometry relative="1" as="geometry" /></mxCell>
-         <mxCell id="g_e2" style="endArrow=block;html=1;strokeWidth=2;" edge="1" parent="1" source="gateB" target="gateC"><mxGeometry relative="1" as="geometry" /></mxCell>
-         <mxCell id="g_e3" style="endArrow=block;html=1;strokeWidth=2;strokeColor=#b85450;" edge="1" parent="1" source="gateA" target="gateD"><mxGeometry relative="1" as="geometry" /></mxCell>
-         <mxCell id="g_e4" style="endArrow=block;html=1;strokeWidth=2;strokeColor=#b85450;" edge="1" parent="1" source="gateB" target="gateD"><mxGeometry relative="1" as="geometry" /></mxCell>
-         <mxCell id="g_e5" style="endArrow=block;html=1;strokeWidth=2;strokeColor=#82b366;" edge="1" parent="1" source="gateC" target="exit5"><mxGeometry relative="1" as="geometry" /></mxCell>
-         <mxCell id="g_e6" style="endArrow=block;html=1;strokeWidth=2;strokeColor=#82b366;" edge="1" parent="1" source="gateD" target="exit5"><mxGeometry relative="1" as="geometry" /></mxCell>
+         <mxCell id="0" /><mxCell id="1" parent="0" />
+         <mxCell id="p5_title" value="P22 开发及验收计划：每个子阶段先审计，再实现，再端到端验收" style="rounded=1;whiteSpace=wrap;html=1;fillColor=#fff2cc;strokeColor=#d6b656;fontSize=22;fontStyle=1;align=center;verticalAlign=middle" vertex="1" parent="1"><mxGeometry x="60" y="35" width="1280" height="70" as="geometry" /></mxCell>
+         <mxCell id="p5_1" value="P22-1 文档与审计基线&#xa;产物：计划、预审计、PRD/架构/gap/drawio 更新&#xa;验收：无致命或重大规格偏差" style="rounded=1;whiteSpace=wrap;html=1;fontSize=14;align=left;spacingLeft=12;verticalAlign=middle;strokeColor=#82b366;fillColor=#e1f5e8" vertex="1" parent="1"><mxGeometry x="80" y="150" width="280" height="145" as="geometry" /></mxCell>
+         <mxCell id="p5_2" value="P22-2 只读分享页&#xa;产物：独立 share shell、移动只读导航、缺失快照导入&#xa;验收：P21 targeted 与截图" style="rounded=1;whiteSpace=wrap;html=1;fontSize=14;align=left;spacingLeft=12;verticalAlign=middle;strokeColor=#6c8ebf;fillColor=#dae8fc" vertex="1" parent="1"><mxGeometry x="410" y="150" width="280" height="145" as="geometry" /></mxCell>
+         <mxCell id="p5_3" value="P22-3 工作台可读性&#xa;产物：宽右栏、紧凑移动 dock、意图文案&#xa;验收：P22 workspace shell E2E" style="rounded=1;whiteSpace=wrap;html=1;fontSize=14;align=left;spacingLeft=12;verticalAlign=middle;strokeColor=#6c8ebf;fillColor=#dae8fc" vertex="1" parent="1"><mxGeometry x="740" y="150" width="280" height="145" as="geometry" /></mxCell>
+         <mxCell id="p5_4" value="P22-4 回归与证据&#xa;产物：build/unit/scanlist/P21/core/P22 结果、截图、final report&#xa;验收：所有门槛通过才 accepted" style="rounded=1;whiteSpace=wrap;html=1;fontSize=14;align=left;spacingLeft=12;verticalAlign=middle;strokeColor=#6c8ebf;fillColor=#dae8fc" vertex="1" parent="1"><mxGeometry x="1070" y="150" width="280" height="145" as="geometry" /></mxCell>
+         <mxCell id="p5_cmd" value="必跑命令&#xa;npm run build&#xa;npm test -- --run&#xa;npm run verify:scanlist&#xa;P21 targeted Playwright&#xa;P19/P20 core targeted Playwright&#xa;P22 workspace shell Playwright" style="rounded=1;whiteSpace=wrap;html=1;fontSize=14;align=left;spacingLeft=12;verticalAlign=middle;strokeColor=#d6b656;fillColor=#fff2cc" vertex="1" parent="1"><mxGeometry x="300" y="450" width="800" height="190" as="geometry" /></mxCell>
+         <mxCell id="p5_e1" value="" style="endArrow=block;html=1;strokeWidth=2;strokeColor=#666666" edge="1" parent="1" source="p5_1" target="p5_2"><mxGeometry relative="1" as="geometry" /></mxCell>
+         <mxCell id="p5_e2" value="" style="endArrow=block;html=1;strokeWidth=2;strokeColor=#666666" edge="1" parent="1" source="p5_2" target="p5_3"><mxGeometry relative="1" as="geometry" /></mxCell>
+         <mxCell id="p5_e3" value="" style="endArrow=block;html=1;strokeWidth=2;strokeColor=#666666" edge="1" parent="1" source="p5_3" target="p5_4"><mxGeometry relative="1" as="geometry" /></mxCell>
+       </root>
+     </mxGraphModel>
+   </diagram>
+   <diagram id="p22-06-milestones" name="06 项目里程碑">
+     <mxGraphModel dx="1400" dy="820" grid="1" gridSize="10" guides="1" tooltips="1" connect="1" arrows="1" fold="1" page="1" pageScale="1" pageWidth="1400" pageHeight="820" math="0" shadow="0">
+       <root>
+         <mxCell id="0" /><mxCell id="1" parent="0" />
+         <mxCell id="p6_title" value="P22 项目里程碑：从发布候选功能完成，到交互体验可出门" style="rounded=1;whiteSpace=wrap;html=1;fillColor=#fff2cc;strokeColor=#d6b656;fontSize=22;fontStyle=1;align=center;verticalAlign=middle" vertex="1" parent="1"><mxGeometry x="60" y="35" width="1280" height="70" as="geometry" /></mxCell>
+         <mxCell id="p6_m1" value="M22-1&#xa;文档与审计基线&#xa;P22 scope 清楚且无过度承诺" style="rounded=1;whiteSpace=wrap;html=1;fontSize=14;align=center;verticalAlign=middle;strokeColor=#82b366;fillColor=#e1f5e8" vertex="1" parent="1"><mxGeometry x="80" y="180" width="210" height="140" as="geometry" /></mxCell>
+         <mxCell id="p6_m2" value="M22-2&#xa;只读分享页独立化&#xa;图层/地图/详情/移动导航可见" style="rounded=1;whiteSpace=wrap;html=1;fontSize=14;align=center;verticalAlign=middle;strokeColor=#6c8ebf;fillColor=#dae8fc" vertex="1" parent="1"><mxGeometry x="340" y="180" width="210" height="140" as="geometry" /></mxCell>
+         <mxCell id="p6_m3" value="M22-3&#xa;缺失快照恢复&#xa;错误页可直接导入 .foodmap.json" style="rounded=1;whiteSpace=wrap;html=1;fontSize=14;align=center;verticalAlign=middle;strokeColor=#6c8ebf;fillColor=#dae8fc" vertex="1" parent="1"><mxGeometry x="600" y="180" width="210" height="140" as="geometry" /></mxCell>
+         <mxCell id="p6_m4" value="M22-4&#xa;工作台可读性&#xa;宽面板与移动 dock 通过 E2E" style="rounded=1;whiteSpace=wrap;html=1;fontSize=14;align=center;verticalAlign=middle;strokeColor=#6c8ebf;fillColor=#dae8fc" vertex="1" parent="1"><mxGeometry x="860" y="180" width="210" height="140" as="geometry" /></mxCell>
+         <mxCell id="p6_m5" value="M22-5&#xa;回归总验收&#xa;build/unit/scanlist/E2E/final report 全通过" style="rounded=1;whiteSpace=wrap;html=1;fontSize=14;align=center;verticalAlign=middle;strokeColor=#6c8ebf;fillColor=#dae8fc" vertex="1" parent="1"><mxGeometry x="1120" y="180" width="210" height="140" as="geometry" /></mxCell>
+         <mxCell id="p6_exit" value="里程碑完成后可声明的效果&#xa;FoodMap 仍是纯前端、本地优先、地图优先的武汉美食地图；用户可以更清楚地区分数据包、分享图、只读快照，并能在桌面和移动端理解、查看、恢复和维护自己的本地地图。" style="rounded=1;whiteSpace=wrap;html=1;fontSize=15;align=left;spacingLeft=12;verticalAlign=middle;strokeColor=#d6b656;fillColor=#fff2cc" vertex="1" parent="1"><mxGeometry x="260" y="500" width="880" height="145" as="geometry" /></mxCell>
+       </root>
+     </mxGraphModel>
+   </diagram>
+   <diagram id="p22-07-gates" name="07 验收门槛与出门条件">
+     <mxGraphModel dx="1400" dy="820" grid="1" gridSize="10" guides="1" tooltips="1" connect="1" arrows="1" fold="1" page="1" pageScale="1" pageWidth="1400" pageHeight="820" math="0" shadow="0">
+       <root>
+         <mxCell id="0" /><mxCell id="1" parent="0" />
+         <mxCell id="p7_title" value="P22 验收门槛与出门条件：验用户体验，也验架构边界" style="rounded=1;whiteSpace=wrap;html=1;fillColor=#fff2cc;strokeColor=#d6b656;fontSize=22;fontStyle=1;align=center;verticalAlign=middle" vertex="1" parent="1"><mxGeometry x="60" y="35" width="1280" height="70" as="geometry" /></mxCell>
+         <mxCell id="p7_user" value="用户体验门槛&#xa;1. 分享页桌面端图层/地图/详情同屏可读&#xa;2. 分享页移动端可切换图层/清单/详情&#xa;3. 缺失快照可直接导入恢复&#xa;4. 数据健康和治理面板不窄条化&#xa;5. 移动顶部 dock 不遮挡主地图路径&#xa;6. 数据包/分享图/快照文案一致" style="rounded=1;whiteSpace=wrap;html=1;fontSize=14;align=left;spacingLeft=12;verticalAlign=middle;strokeColor=#6c8ebf;fillColor=#dae8fc" vertex="1" parent="1"><mxGeometry x="80" y="145" width="380" height="300" as="geometry" /></mxCell>
+         <mxCell id="p7_arch" value="架构边界门槛&#xa;1. 不新增后端、账号、云同步、公网永久链接&#xa;2. 不绕过 P18 坐标确认&#xa;3. 不绕过 P20-C 治理确认&#xa;4. 不污染 P21 导入失败 no-op 规则&#xa;5. Agent 仍不能批量写入、固化坐标或伪造公网链接" style="rounded=1;whiteSpace=wrap;html=1;fontSize=14;align=left;spacingLeft=12;verticalAlign=middle;strokeColor=#d6b656;fillColor=#fff2cc" vertex="1" parent="1"><mxGeometry x="510" y="145" width="380" height="300" as="geometry" /></mxCell>
+         <mxCell id="p7_evidence" value="证据门槛&#xa;build 通过&#xa;unit 通过&#xa;verify:scanlist 真实数据通过&#xa;P21 targeted 通过&#xa;P19/P20 core targeted 通过&#xa;P22 workspace shell 通过&#xa;截图和 final report 存档" style="rounded=1;whiteSpace=wrap;html=1;fontSize=14;align=left;spacingLeft=12;verticalAlign=middle;strokeColor=#82b366;fillColor=#e1f5e8" vertex="1" parent="1"><mxGeometry x="940" y="145" width="380" height="300" as="geometry" /></mxCell>
+         <mxCell id="p7_exit" value="出门条件&#xa;上述三组门槛全部通过，且 docs/active/p22-final-acceptance-report.md 记录命令、截图、真实数据、PRD 检视、架构边界和残余风险后，才能声明 P22 accepted。" style="rounded=1;whiteSpace=wrap;html=1;fontSize=15;fontStyle=1;align=center;verticalAlign=middle;strokeColor=#b85450;fillColor=#f8cecc" vertex="1" parent="1"><mxGeometry x="260" y="560" width="880" height="120" as="geometry" /></mxCell>
      </root>
    </mxGraphModel>
  </diagram>
</mxfile>
